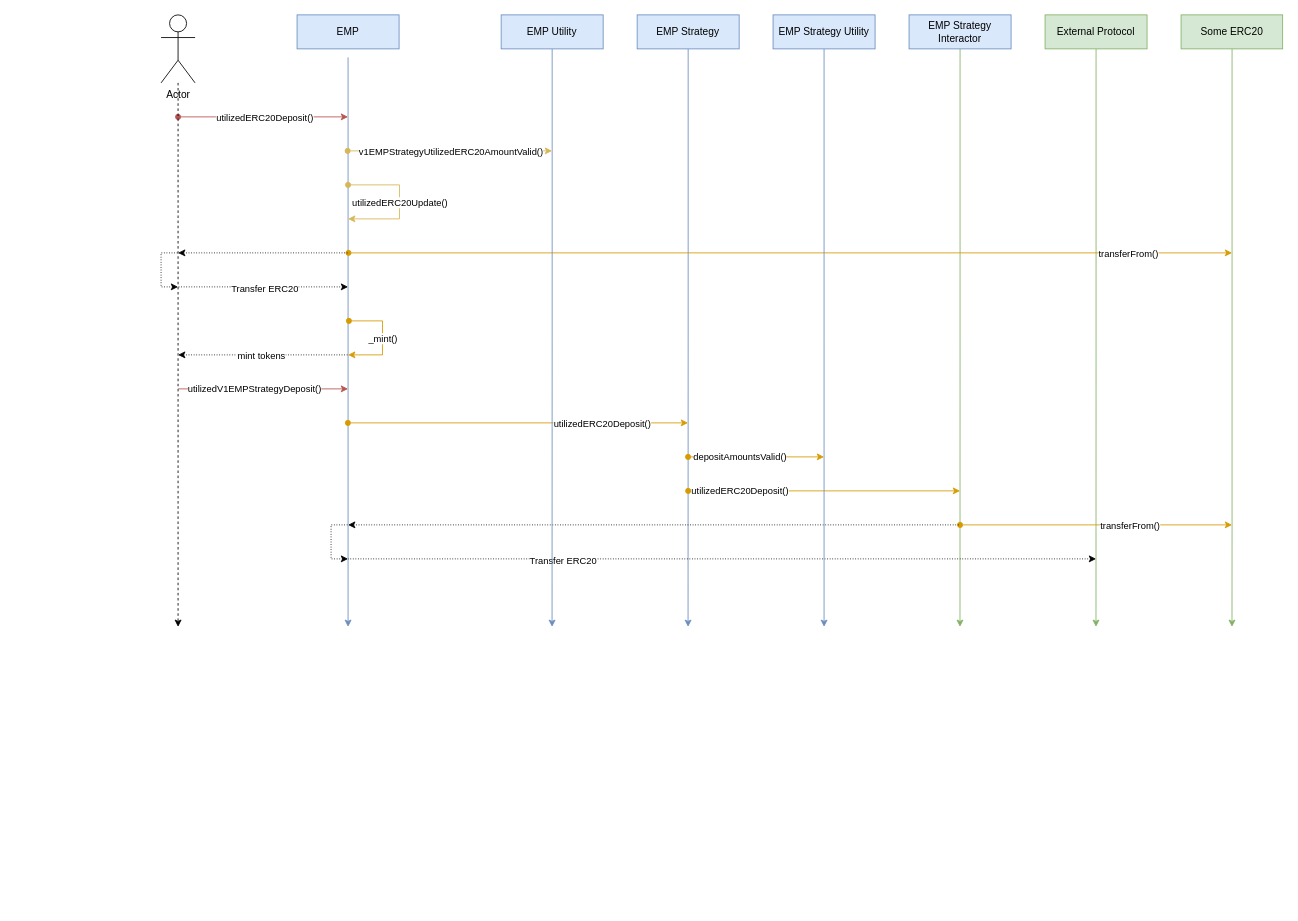
Above: v1-emp/diagrams/deposit-overview.drawio in yield-sync/specifications (draw.io), before the change. Source tidied: cells renumbered, new cells numbered last; positions are measured from the earlier drawing's top-left corner, leaving out a move shared by most shapes. Both pictures are drawn from the tidied source at 85%, with x=0, y=0 at pixel (161, 14).
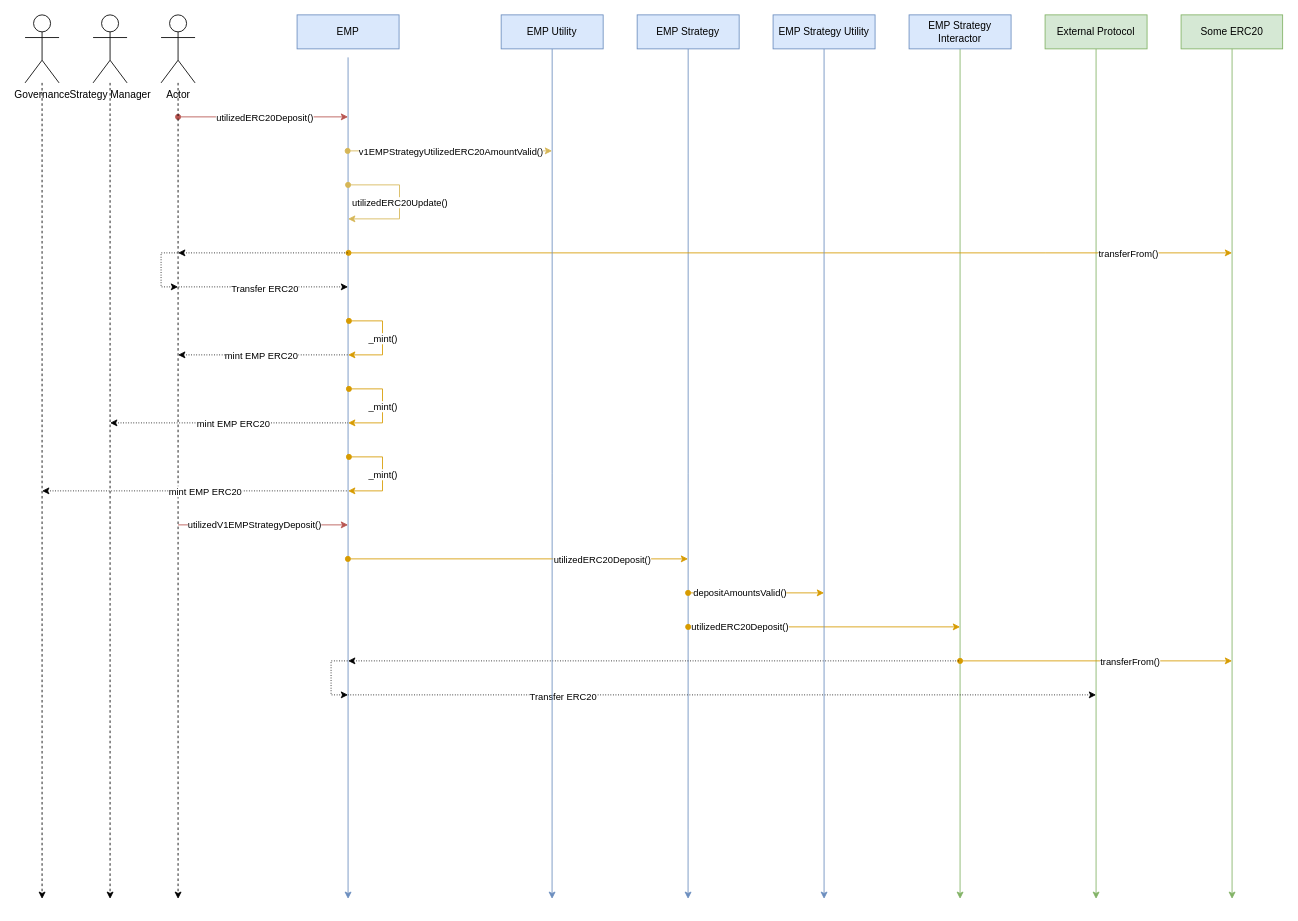
Above is the later version.

Commit message:
Denote minting for gov and manager as well

Unchanged cells that the change refers to:
```xml
<mxCell id="5" value="EMP Strategy" style="rounded=0;whiteSpace=wrap;html=1;fillColor=#dae8fc;strokeColor=#6c8ebf;" parent="1" vertex="1">
  <mxGeometry x="560.1" width="120" height="40" as="geometry" />
</mxCell>
<mxCell id="7" value="EMP Strategy Interactor" style="rounded=0;whiteSpace=wrap;html=1;fillColor=#dae8fc;strokeColor=#6c8ebf;" parent="1" vertex="1">
  <mxGeometry x="880" width="120" height="40" as="geometry" />
</mxCell>
<mxCell id="9" value="External Protocol" style="rounded=0;whiteSpace=wrap;html=1;fillColor=#d5e8d4;strokeColor=#82b366;" parent="1" vertex="1">
  <mxGeometry x="1040" width="120" height="40" as="geometry" />
</mxCell>
<mxCell id="13" value="Actor" style="shape=umlActor;verticalLabelPosition=bottom;verticalAlign=top;html=1;outlineConnect=0;" parent="1" vertex="1">
  <mxGeometry width="40" height="80" as="geometry" />
</mxCell>
<mxCell id="15" value="Some ERC20" style="rounded=0;whiteSpace=wrap;html=1;fillColor=#d5e8d4;strokeColor=#82b366;" parent="1" vertex="1">
  <mxGeometry x="1200" width="119.5" height="40" as="geometry" />
</mxCell>
<mxCell id="22" style="edgeStyle=orthogonalEdgeStyle;rounded=0;orthogonalLoop=1;jettySize=auto;html=1;endArrow=none;endFill=0;startArrow=classic;startFill=1;dashed=1;dashPattern=1 2;" parent="1" edge="1">
  <mxGeometry relative="1" as="geometry">
    <mxPoint x="20" y="400" as="sourcePoint" />
    <mxPoint x="220" y="400" as="targetPoint" />
  </mxGeometry>
</mxCell>
<mxCell id="40" value="EMP Utility" style="rounded=0;whiteSpace=wrap;html=1;fillColor=#dae8fc;strokeColor=#6c8ebf;" parent="1" vertex="1">
  <mxGeometry x="400.1" width="120" height="40" as="geometry" />
</mxCell>
<mxCell id="44" value="EMP Strategy Utility" style="rounded=0;whiteSpace=wrap;html=1;fillColor=#dae8fc;strokeColor=#6c8ebf;" parent="1" vertex="1">
  <mxGeometry x="720" width="120" height="40" as="geometry" />
</mxCell>
```

The edit, as a diff of the source:
```diff
@@
     <mxCell id="2" style="edgeStyle=orthogonalEdgeStyle;rounded=0;orthogonalLoop=1;jettySize=auto;html=1;exitX=0.5;exitY=1;exitDx=0;exitDy=0;fillColor=#dae8fc;strokeColor=#6c8ebf;" parent="1" edge="1">
       <mxGeometry relative="1" as="geometry">
         <mxPoint x="220" y="50" as="sourcePoint" />
-        <mxPoint x="220" y="720" as="targetPoint" />
+        <mxPoint x="220" y="1040" as="targetPoint" />
         <Array as="points">
           <mxPoint x="220" y="500" />
           <mxPoint x="220" y="500" />
         </Array>
       </mxGeometry>
     </mxCell>
@@
     <mxCell id="4" style="edgeStyle=orthogonalEdgeStyle;rounded=0;jettySize=auto;html=1;fillColor=#dae8fc;strokeColor=#6c8ebf;" parent="1" edge="1" source="5">
       <mxGeometry relative="1" as="geometry">
-        <mxPoint x="620" y="720" as="targetPoint" />
+        <mxPoint x="620" y="1040" as="targetPoint" />
       </mxGeometry>
     </mxCell>
@@
     <mxCell id="6" style="edgeStyle=orthogonalEdgeStyle;rounded=0;jettySize=auto;html=1;fillColor=#d5e8d4;strokeColor=#82b366;" parent="1" edge="1" source="7">
       <mxGeometry relative="1" as="geometry">
-        <mxPoint x="939.9" y="720" as="targetPoint" />
+        <mxPoint x="940" y="1040" as="targetPoint" />
       </mxGeometry>
     </mxCell>
@@
     <mxCell id="8" style="edgeStyle=orthogonalEdgeStyle;rounded=0;jettySize=auto;html=1;fillColor=#d5e8d4;strokeColor=#82b366;" parent="1" edge="1" source="9">
       <mxGeometry relative="1" as="geometry">
-        <mxPoint x="1099.9" y="720" as="targetPoint" />
+        <mxPoint x="1100" y="1040" as="targetPoint" />
       </mxGeometry>
     </mxCell>
@@
     <mxCell id="12" style="edgeStyle=orthogonalEdgeStyle;rounded=0;jettySize=auto;html=1;dashed=1;" parent="1" edge="1" source="13">
       <mxGeometry relative="1" as="geometry">
-        <mxPoint x="20" y="720" as="targetPoint" />
+        <mxPoint x="20" y="1040" as="targetPoint" />
       </mxGeometry>
     </mxCell>
@@
     <mxCell id="14" style="edgeStyle=orthogonalEdgeStyle;rounded=0;jettySize=auto;html=1;fillColor=#d5e8d4;strokeColor=#82b366;exitX=0.502;exitY=0.5;exitDx=0;exitDy=0;exitPerimeter=0;" parent="1" edge="1" source="15">
       <mxGeometry relative="1" as="geometry">
-        <mxPoint x="1259.9" y="720" as="targetPoint" />
+        <mxPoint x="1260" y="1040" as="targetPoint" />
         <Array as="points">
           <mxPoint x="1260" y="600" />
         </Array>
       </mxGeometry>
     </mxCell>
@@
-    <mxCell id="23" value="mint tokens" style="edgeLabel;html=1;align=center;verticalAlign=middle;" parent="22" vertex="1">
+    <mxCell id="23" value="mint EMP ERC20" style="edgeLabel;html=1;align=center;verticalAlign=middle;" parent="22" vertex="1">
       <mxGeometry x="0.17" y="1" relative="1" as="geometry">
         <mxPoint x="-20" y="1" as="offset" />
       </mxGeometry>
     </mxCell>
@@
     <mxCell id="26" value="utilizedV1EMPStrategyDeposit()" style="edgeStyle=none;orthogonalLoop=1;jettySize=auto;html=1;rounded=0;fillColor=#f8cecc;strokeColor=#b85450;" parent="1" edge="1">
       <mxGeometry x="-0.1" relative="1" as="geometry">
-        <mxPoint x="20" y="440" as="sourcePoint" />
-        <mxPoint x="220" y="440" as="targetPoint" />
+        <mxPoint x="20" y="600" as="sourcePoint" />
+        <mxPoint x="220" y="600" as="targetPoint" />
       </mxGeometry>
     </mxCell>
     <mxCell id="27" style="edgeStyle=orthogonalEdgeStyle;rounded=0;orthogonalLoop=1;jettySize=auto;html=1;endArrow=classic;endFill=1;fillColor=#ffe6cc;strokeColor=#d79b00;startArrow=oval;startFill=1;" parent="1" edge="1">
       <mxGeometry relative="1" as="geometry">
-        <mxPoint x="219.8" y="480" as="sourcePoint" />
-        <mxPoint x="620" y="480" as="targetPoint" />
+        <mxPoint x="219.8" y="640" as="sourcePoint" />
+        <mxPoint x="620" y="640" as="targetPoint" />
       </mxGeometry>
     </mxCell>
@@
     <mxCell id="29" style="edgeStyle=orthogonalEdgeStyle;rounded=0;orthogonalLoop=1;jettySize=auto;html=1;endArrow=classic;endFill=1;fillColor=#ffe6cc;strokeColor=#d79b00;startArrow=oval;startFill=1;" parent="1" edge="1">
       <mxGeometry relative="1" as="geometry">
-        <mxPoint x="620.1" y="560" as="sourcePoint" />
-        <mxPoint x="940" y="560" as="targetPoint" />
+        <mxPoint x="620.1" y="720" as="sourcePoint" />
+        <mxPoint x="940" y="720" as="targetPoint" />
       </mxGeometry>
     </mxCell>
@@
     <mxCell id="31" style="edgeStyle=orthogonalEdgeStyle;rounded=0;orthogonalLoop=1;jettySize=auto;html=1;endArrow=none;endFill=0;startArrow=classic;startFill=1;dashed=1;dashPattern=1 2;" parent="1" edge="1">
       <mxGeometry relative="1" as="geometry">
-        <mxPoint x="1100" y="640" as="sourcePoint" />
-        <mxPoint x="220" y="640" as="targetPoint" />
+        <mxPoint x="1100" y="800" as="sourcePoint" />
+        <mxPoint x="220" y="800" as="targetPoint" />
       </mxGeometry>
     </mxCell>
@@
     <mxCell id="33" style="edgeStyle=orthogonalEdgeStyle;rounded=0;orthogonalLoop=1;jettySize=auto;html=1;endArrow=classic;endFill=1;fillColor=#ffe6cc;strokeColor=#d79b00;startArrow=oval;startFill=1;" parent="1" edge="1">
       <mxGeometry relative="1" as="geometry">
-        <mxPoint x="940" y="600" as="sourcePoint" />
-        <mxPoint x="1260" y="600" as="targetPoint" />
+        <mxPoint x="940" y="760" as="sourcePoint" />
+        <mxPoint x="1260" y="760" as="targetPoint" />
         <Array as="points">
-          <mxPoint x="1170" y="600" />
+          <mxPoint x="1170" y="760" />
         </Array>
       </mxGeometry>
     </mxCell>
@@
     <mxCell id="37" style="edgeStyle=orthogonalEdgeStyle;rounded=0;orthogonalLoop=1;jettySize=auto;html=1;endArrow=none;endFill=0;startArrow=classic;startFill=1;dashed=1;dashPattern=1 2;" parent="1" edge="1">
       <mxGeometry relative="1" as="geometry">
-        <mxPoint x="220" y="640" as="sourcePoint" />
-        <mxPoint x="220" y="600" as="targetPoint" />
+        <mxPoint x="220" y="800" as="sourcePoint" />
+        <mxPoint x="220" y="760" as="targetPoint" />
         <Array as="points">
-          <mxPoint x="200" y="640" />
-          <mxPoint x="200" y="600" />
+          <mxPoint x="200" y="800" />
+          <mxPoint x="200" y="760" />
         </Array>
       </mxGeometry>
     </mxCell>
     <mxCell id="38" style="edgeStyle=orthogonalEdgeStyle;rounded=0;orthogonalLoop=1;jettySize=auto;html=1;endArrow=none;endFill=0;startArrow=classic;startFill=1;dashed=1;dashPattern=1 2;" parent="1" edge="1">
       <mxGeometry relative="1" as="geometry">
-        <mxPoint x="220" y="600" as="sourcePoint" />
-        <mxPoint x="940" y="600" as="targetPoint" />
+        <mxPoint x="220" y="760" as="sourcePoint" />
+        <mxPoint x="940" y="760" as="targetPoint" />
       </mxGeometry>
     </mxCell>
     <mxCell id="39" style="edgeStyle=orthogonalEdgeStyle;rounded=0;jettySize=auto;html=1;exitX=0.5;exitY=1;exitDx=0;exitDy=0;fillColor=#dae8fc;strokeColor=#6c8ebf;" parent="1" edge="1" source="40">
       <mxGeometry relative="1" as="geometry">
-        <mxPoint x="460" y="720" as="targetPoint" />
+        <mxPoint x="460" y="1040" as="targetPoint" />
       </mxGeometry>
     </mxCell>
@@
     <mxCell id="43" style="edgeStyle=orthogonalEdgeStyle;rounded=0;jettySize=auto;html=1;fillColor=#dae8fc;strokeColor=#6c8ebf;" parent="1" edge="1" source="44">
       <mxGeometry relative="1" as="geometry">
-        <mxPoint x="780" y="720" as="targetPoint" />
+        <mxPoint x="780" y="1040" as="targetPoint" />
       </mxGeometry>
     </mxCell>
@@
     <mxCell id="45" style="edgeStyle=orthogonalEdgeStyle;rounded=0;orthogonalLoop=1;jettySize=auto;html=1;endArrow=classic;endFill=1;fillColor=#ffe6cc;strokeColor=#d79b00;startArrow=oval;startFill=1;" parent="1" edge="1">
       <mxGeometry relative="1" as="geometry">
-        <mxPoint x="620" y="520" as="sourcePoint" />
-        <mxPoint x="780" y="520" as="targetPoint" />
+        <mxPoint x="620" y="680" as="sourcePoint" />
+        <mxPoint x="780" y="680" as="targetPoint" />
       </mxGeometry>
     </mxCell>
@@
+    <mxCell id="47" style="edgeStyle=orthogonalEdgeStyle;rounded=0;jettySize=auto;html=1;dashed=1;" parent="1" edge="1" source="48">
+      <mxGeometry relative="1" as="geometry">
+        <mxPoint x="-60" y="1040" as="targetPoint" />
+      </mxGeometry>
+    </mxCell>
+    <mxCell id="48" value="Strategy Manager" style="shape=umlActor;verticalLabelPosition=bottom;verticalAlign=top;html=1;outlineConnect=0;" parent="1" vertex="1">
+      <mxGeometry x="-80" width="40" height="80" as="geometry" />
+    </mxCell>
+    <mxCell id="49" style="edgeStyle=orthogonalEdgeStyle;rounded=0;jettySize=auto;html=1;dashed=1;" parent="1" edge="1" source="50">
+      <mxGeometry relative="1" as="geometry">
+        <mxPoint x="-140" y="1040" as="targetPoint" />
+      </mxGeometry>
+    </mxCell>
+    <mxCell id="50" value="Governance" style="shape=umlActor;verticalLabelPosition=bottom;verticalAlign=top;html=1;outlineConnect=0;" parent="1" vertex="1">
+      <mxGeometry x="-160" width="40" height="80" as="geometry" />
+    </mxCell>
+    <mxCell id="51" style="edgeStyle=orthogonalEdgeStyle;rounded=0;orthogonalLoop=1;jettySize=auto;html=1;endArrow=classic;endFill=1;fillColor=#ffe6cc;strokeColor=#d79b00;startArrow=oval;startFill=1;" parent="1" edge="1">
+      <mxGeometry relative="1" as="geometry">
+        <mxPoint x="221" y="440" as="sourcePoint" />
+        <mxPoint x="220" y="480" as="targetPoint" />
+        <Array as="points">
+          <mxPoint x="260.5" y="440" />
+          <mxPoint x="260.5" y="480" />
+        </Array>
+      </mxGeometry>
+    </mxCell>
+    <mxCell id="52" value="_mint()" style="edgeLabel;html=1;align=center;verticalAlign=middle;" parent="51" vertex="1">
+      <mxGeometry y="-2" relative="1" as="geometry">
+        <mxPoint x="2" as="offset" />
+      </mxGeometry>
+    </mxCell>
+    <mxCell id="53" style="edgeStyle=orthogonalEdgeStyle;rounded=0;orthogonalLoop=1;jettySize=auto;html=1;endArrow=classic;endFill=1;fillColor=#ffe6cc;strokeColor=#d79b00;startArrow=oval;startFill=1;" parent="1" edge="1">
+      <mxGeometry relative="1" as="geometry">
+        <mxPoint x="221" y="520" as="sourcePoint" />
+        <mxPoint x="220" y="560" as="targetPoint" />
+        <Array as="points">
+          <mxPoint x="260.5" y="520" />
+          <mxPoint x="260.5" y="560" />
+        </Array>
+      </mxGeometry>
+    </mxCell>
+    <mxCell id="54" value="_mint()" style="edgeLabel;html=1;align=center;verticalAlign=middle;" parent="53" vertex="1">
+      <mxGeometry y="-2" relative="1" as="geometry">
+        <mxPoint x="2" as="offset" />
+      </mxGeometry>
+    </mxCell>
+    <mxCell id="55" style="edgeStyle=orthogonalEdgeStyle;rounded=0;orthogonalLoop=1;jettySize=auto;html=1;endArrow=none;endFill=0;startArrow=classic;startFill=1;dashed=1;dashPattern=1 2;" parent="1" edge="1">
+      <mxGeometry relative="1" as="geometry">
+        <mxPoint x="-60" y="480" as="sourcePoint" />
+        <mxPoint x="220" y="480" as="targetPoint" />
+      </mxGeometry>
+    </mxCell>
+    <mxCell id="56" value="mint EMP ERC20" style="edgeLabel;html=1;align=center;verticalAlign=middle;" parent="55" vertex="1">
+      <mxGeometry x="0.17" y="1" relative="1" as="geometry">
+        <mxPoint x="-20" y="1" as="offset" />
+      </mxGeometry>
+    </mxCell>
+    <mxCell id="57" style="edgeStyle=orthogonalEdgeStyle;rounded=0;orthogonalLoop=1;jettySize=auto;html=1;endArrow=none;endFill=0;startArrow=classic;startFill=1;dashed=1;dashPattern=1 2;" parent="1" edge="1">
+      <mxGeometry relative="1" as="geometry">
+        <mxPoint x="-140" y="560" as="sourcePoint" />
+        <mxPoint x="220" y="560" as="targetPoint" />
+      </mxGeometry>
+    </mxCell>
+    <mxCell id="58" value="mint EMP ERC20" style="edgeLabel;html=1;align=center;verticalAlign=middle;" parent="57" vertex="1">
+      <mxGeometry x="0.17" y="1" relative="1" as="geometry">
+        <mxPoint x="-20" y="1" as="offset" />
+      </mxGeometry>
+    </mxCell>
```
